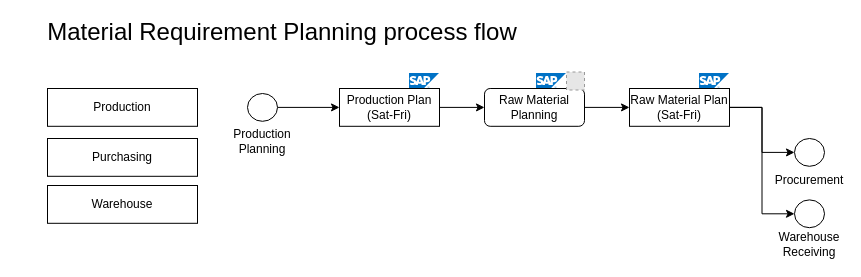
The draw.io diagram page "MRP" (6 of 15) of new.drawio in pkppm-dev/Roy-s, before the edit. Source tidied: cells renumbered, new cells numbered last; positions are measured from the earlier drawing's top-left corner, leaving out a move shared by most shapes. Both pictures are drawn from the tidied source at 100%, with x=0, y=0 at pixel (17, 17). Pictures stored in the file or linked from it are replaced by grey dashed boxes.
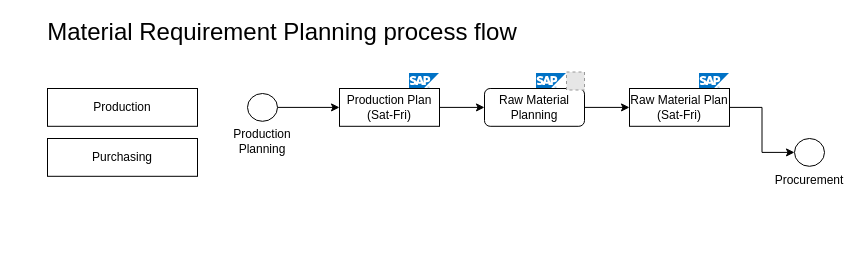
Above is the later version.

Unchanged cells that the change refers to:
```xml
<mxCell id="19" value="Raw Material Plan&lt;div&gt;(Sat-Fri)&lt;/div&gt;" style="whiteSpace=wrap;html=1;rounded=0;" parent="1" vertex="1">
  <mxGeometry x="612" y="71" width="100" height="37.8" as="geometry" />
</mxCell>
```

The edit, as a diff of the source:
```diff
@@
-    <mxCell id="4" value="Warehouse" style="whiteSpace=wrap;html=1;rounded=0;" parent="1" vertex="1">
-      <mxGeometry x="30" y="168" width="150" height="37.8" as="geometry" />
-    </mxCell>
@@
-    <mxCell id="13" style="ellipse;whiteSpace=wrap;html=1;" parent="1" vertex="1">
-      <mxGeometry x="777" y="182.4" width="30" height="27.8" as="geometry" />
-    </mxCell>
-    <mxCell id="14" value="Warehouse&lt;div&gt;Receiving&lt;/div&gt;" style="text;html=1;align=center;verticalAlign=middle;whiteSpace=wrap;rounded=0;" parent="1" vertex="1">
-      <mxGeometry x="762" y="212.2" width="60" height="30" as="geometry" />
-    </mxCell>
@@
-    <mxCell id="18" style="edgeStyle=orthogonalEdgeStyle;rounded=0;jettySize=auto;html=1;entryX=0;entryY=0.5;entryDx=0;entryDy=0;" parent="1" edge="1" source="19" target="13">
-      <mxGeometry relative="1" as="geometry" />
-    </mxCell>
```
